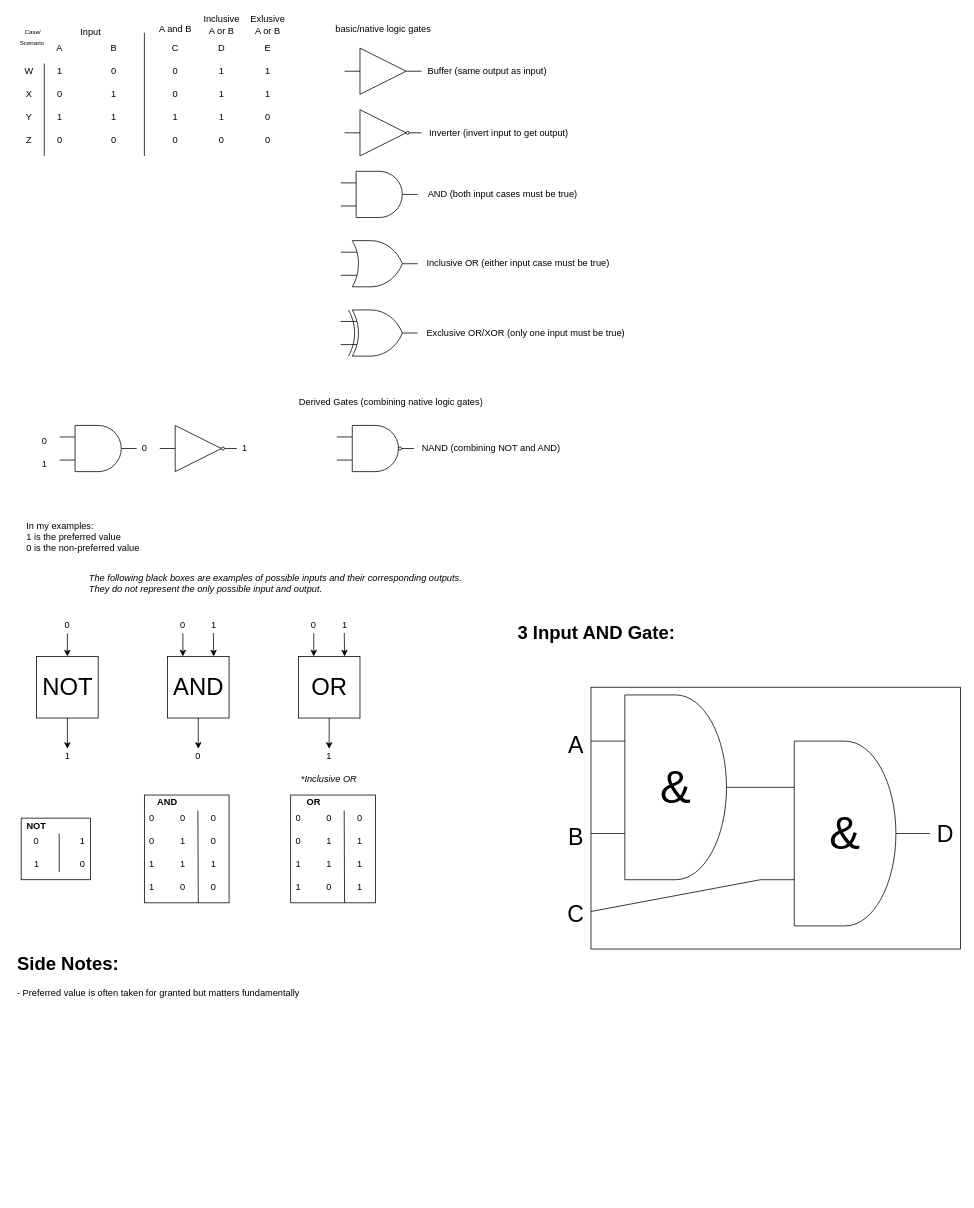
patrick965/CSCS1200S21 keeps this draw.io diagram as CSCS1200 Notes.drawio. Above is the earlier version. Source tidied: cells renumbered, new cells numbered last; positions are measured from the earlier drawing's top-left corner, leaving out a move shared by most shapes. Both pictures are drawn from the tidied source at 77%, with x=0, y=0 at pixel (13, 13).
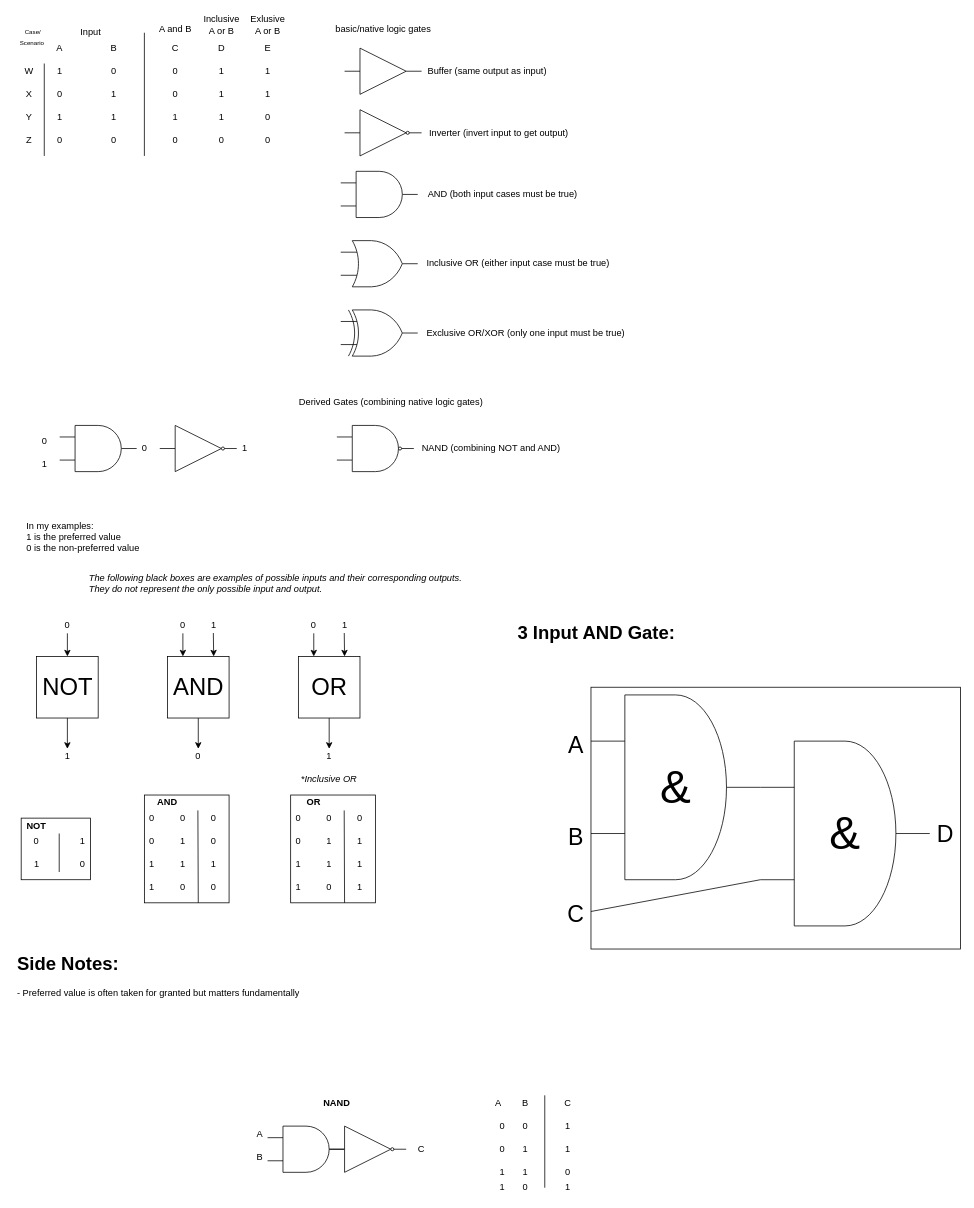
Above is the later version.

Commit message:
Morning class 02/22/2021

Change to the diagram source:
```diff
@@
+    <mxCell id="133" value="&lt;b&gt;NAND&lt;/b&gt;" style="text;html=1;strokeColor=none;fillColor=none;align=center;verticalAlign=middle;whiteSpace=wrap;rounded=0;" parent="1" vertex="1">
+      <mxGeometry x="400" y="1405" width="40" height="20" as="geometry" />
+    </mxCell>
+    <mxCell id="134" value="A" style="text;html=1;strokeColor=none;fillColor=none;align=center;verticalAlign=middle;whiteSpace=wrap;rounded=0;" parent="1" vertex="1">
+      <mxGeometry x="300" y="1445" width="40" height="20" as="geometry" />
+    </mxCell>
+    <mxCell id="135" value="B" style="text;html=1;strokeColor=none;fillColor=none;align=center;verticalAlign=middle;whiteSpace=wrap;rounded=0;" parent="1" vertex="1">
+      <mxGeometry x="300" y="1475" width="40" height="20" as="geometry" />
+    </mxCell>
+    <mxCell id="136" style="verticalLabelPosition=bottom;shadow=0;dashed=0;align=center;html=1;verticalAlign=top;shape=mxgraph.electrical.logic_gates.logic_gate;operation=and;" parent="1" vertex="1">
+      <mxGeometry x="330" y="1445" width="100" height="60" as="geometry" />
+    </mxCell>
+    <mxCell id="137" style="verticalLabelPosition=bottom;shadow=0;dashed=0;align=center;html=1;verticalAlign=top;shape=mxgraph.electrical.logic_gates.buffer2;negating=1;" parent="1" vertex="1">
+      <mxGeometry x="410" y="1445" width="100" height="60" as="geometry" />
+    </mxCell>
+    <mxCell id="138" value="C" style="text;html=1;strokeColor=none;fillColor=none;align=center;verticalAlign=middle;whiteSpace=wrap;rounded=0;" parent="1" vertex="1">
+      <mxGeometry x="510" y="1465" width="40" height="20" as="geometry" />
+    </mxCell>
+    <mxCell id="139" value="A" style="text;html=1;strokeColor=none;fillColor=none;align=center;verticalAlign=middle;whiteSpace=wrap;rounded=0;" parent="1" vertex="1">
+      <mxGeometry x="610" y="1405" width="40" height="20" as="geometry" />
+    </mxCell>
+    <mxCell id="140" value="B" style="text;html=1;strokeColor=none;fillColor=none;align=center;verticalAlign=middle;whiteSpace=wrap;rounded=0;" parent="1" vertex="1">
+      <mxGeometry x="645" y="1405" width="40" height="20" as="geometry" />
+    </mxCell>
+    <mxCell id="141" value="C" style="text;html=1;strokeColor=none;fillColor=none;align=center;verticalAlign=middle;whiteSpace=wrap;rounded=0;" parent="1" vertex="1">
+      <mxGeometry x="700" y="1405" width="40" height="20" as="geometry" />
+    </mxCell>
+    <mxCell id="142" style="endArrow=none;html=1;" parent="1" edge="1">
+      <mxGeometry relative="1" as="geometry">
+        <mxPoint x="690" y="1525" as="sourcePoint" />
+        <mxPoint x="690" y="1405" as="targetPoint" />
+      </mxGeometry>
+    </mxCell>
+    <mxCell id="143" value="0" style="text;html=1;strokeColor=none;fillColor=none;align=center;verticalAlign=middle;whiteSpace=wrap;rounded=0;" parent="1" vertex="1">
+      <mxGeometry x="615" y="1435" width="40" height="20" as="geometry" />
+    </mxCell>
+    <mxCell id="144" value="0" style="text;html=1;strokeColor=none;fillColor=none;align=center;verticalAlign=middle;whiteSpace=wrap;rounded=0;" parent="1" vertex="1">
+      <mxGeometry x="645" y="1435" width="40" height="20" as="geometry" />
+    </mxCell>
+    <mxCell id="145" value="0" style="text;html=1;strokeColor=none;fillColor=none;align=center;verticalAlign=middle;whiteSpace=wrap;rounded=0;" parent="1" vertex="1">
+      <mxGeometry x="615" y="1465" width="40" height="20" as="geometry" />
+    </mxCell>
+    <mxCell id="146" value="1" style="text;html=1;strokeColor=none;fillColor=none;align=center;verticalAlign=middle;whiteSpace=wrap;rounded=0;" parent="1" vertex="1">
+      <mxGeometry x="645" y="1465" width="40" height="20" as="geometry" />
+    </mxCell>
+    <mxCell id="147" value="1" style="text;html=1;strokeColor=none;fillColor=none;align=center;verticalAlign=middle;whiteSpace=wrap;rounded=0;" parent="1" vertex="1">
+      <mxGeometry x="615" y="1495" width="40" height="20" as="geometry" />
+    </mxCell>
+    <mxCell id="148" value="1" style="text;html=1;strokeColor=none;fillColor=none;align=center;verticalAlign=middle;whiteSpace=wrap;rounded=0;" parent="1" vertex="1">
+      <mxGeometry x="645" y="1495" width="40" height="20" as="geometry" />
+    </mxCell>
+    <mxCell id="149" value="1" style="text;html=1;strokeColor=none;fillColor=none;align=center;verticalAlign=middle;whiteSpace=wrap;rounded=0;" parent="1" vertex="1">
+      <mxGeometry x="615" y="1515" width="40" height="20" as="geometry" />
+    </mxCell>
+    <mxCell id="150" value="0" style="text;html=1;strokeColor=none;fillColor=none;align=center;verticalAlign=middle;whiteSpace=wrap;rounded=0;" parent="1" vertex="1">
+      <mxGeometry x="645" y="1515" width="40" height="20" as="geometry" />
+    </mxCell>
+    <mxCell id="151" value="1" style="text;html=1;strokeColor=none;fillColor=none;align=center;verticalAlign=middle;whiteSpace=wrap;rounded=0;" parent="1" vertex="1">
+      <mxGeometry x="700" y="1435" width="40" height="20" as="geometry" />
+    </mxCell>
+    <mxCell id="152" value="1" style="text;html=1;strokeColor=none;fillColor=none;align=center;verticalAlign=middle;whiteSpace=wrap;rounded=0;" parent="1" vertex="1">
+      <mxGeometry x="700" y="1465" width="40" height="20" as="geometry" />
+    </mxCell>
+    <mxCell id="153" value="1" style="text;html=1;strokeColor=none;fillColor=none;align=center;verticalAlign=middle;whiteSpace=wrap;rounded=0;" parent="1" vertex="1">
+      <mxGeometry x="700" y="1515" width="40" height="20" as="geometry" />
+    </mxCell>
+    <mxCell id="154" value="0" style="text;html=1;strokeColor=none;fillColor=none;align=center;verticalAlign=middle;whiteSpace=wrap;rounded=0;" parent="1" vertex="1">
+      <mxGeometry x="700" y="1495" width="40" height="20" as="geometry" />
+    </mxCell>
```
